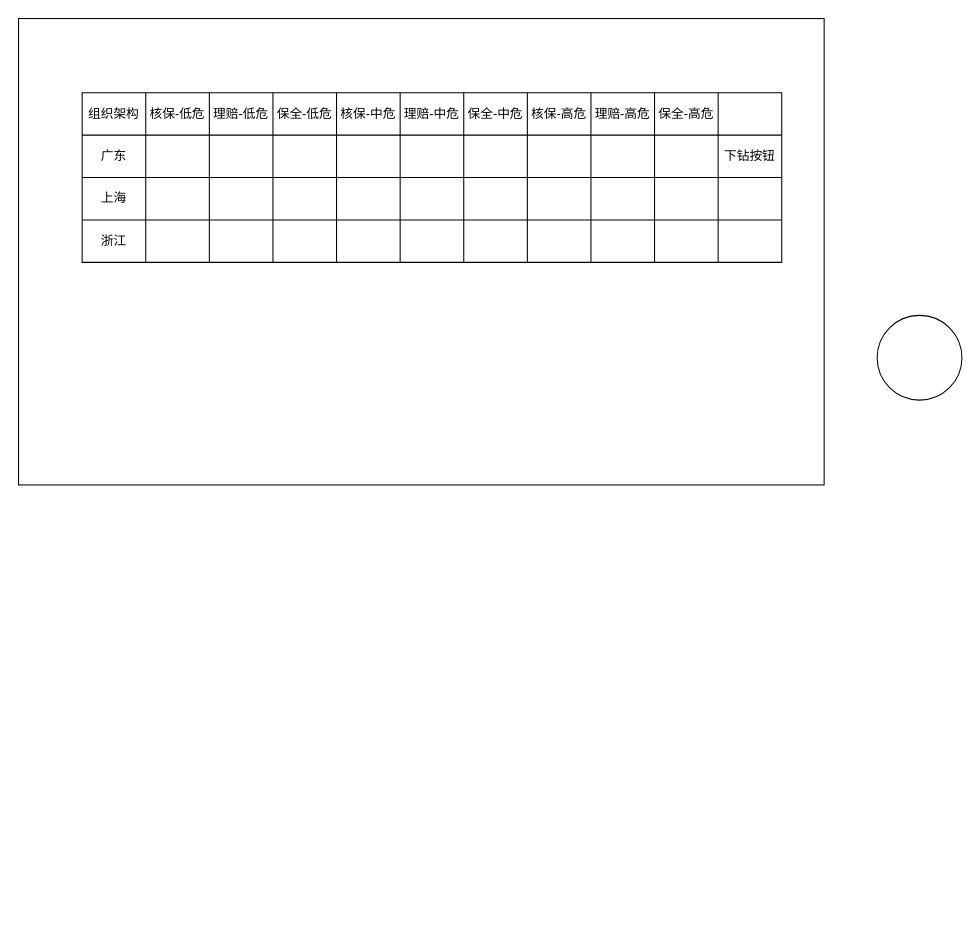
This is page "高频不实告知" (9 of 9) of 友邦/ux.drawio from XiaoLiuAI/diagrams, a draw.io file, before an edit. Source tidied: cells renumbered, new cells numbered last; positions are measured from the earlier drawing's top-left corner, leaving out a move shared by most shapes. Both pictures are drawn from the tidied source at 106%, with x=0, y=0 at pixel (18, 18).
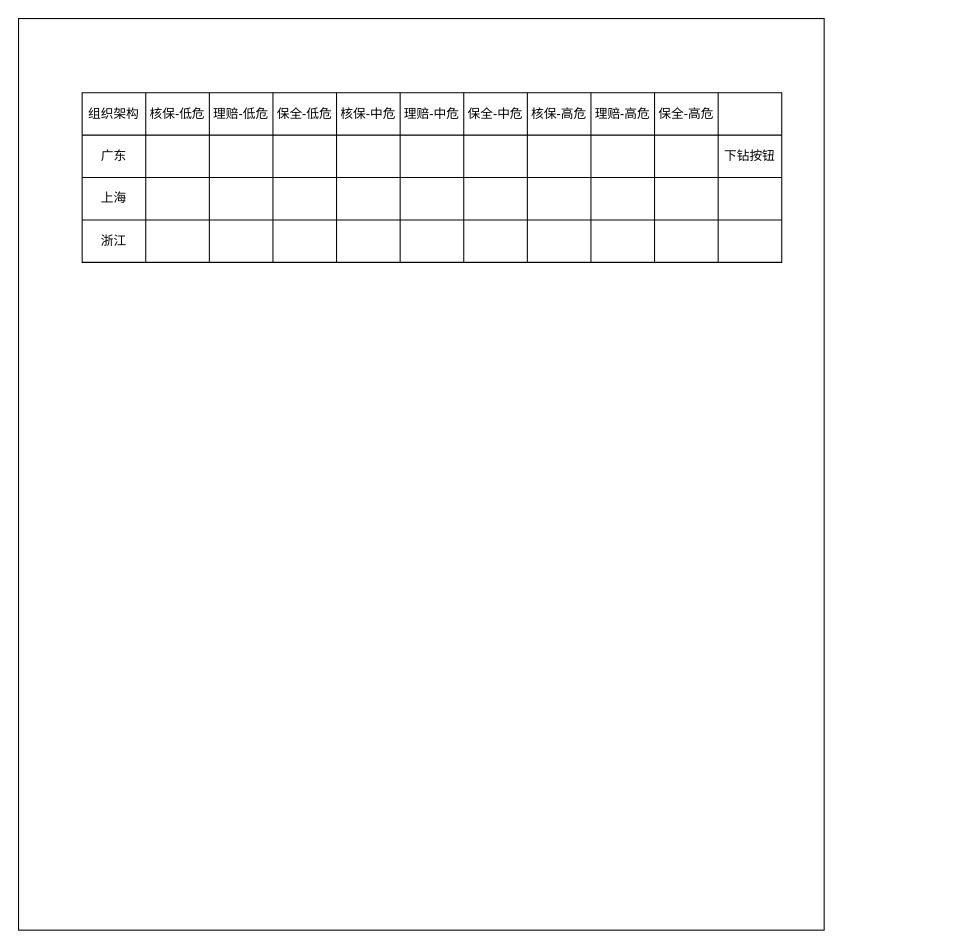
Above is the later version.

Change to the diagram source:
```diff
@@
     <mxCell id="2" style="rounded=0;whiteSpace=wrap;html=1;" parent="1" vertex="1">
-      <mxGeometry width="760" height="440" as="geometry" />
+      <mxGeometry width="760" height="860" as="geometry" />
     </mxCell>
@@
-    <mxCell id="52" style="ellipse;whiteSpace=wrap;html=1;" parent="1" vertex="1">
-      <mxGeometry x="810" y="280" width="80" height="80" as="geometry" />
-    </mxCell>
```
